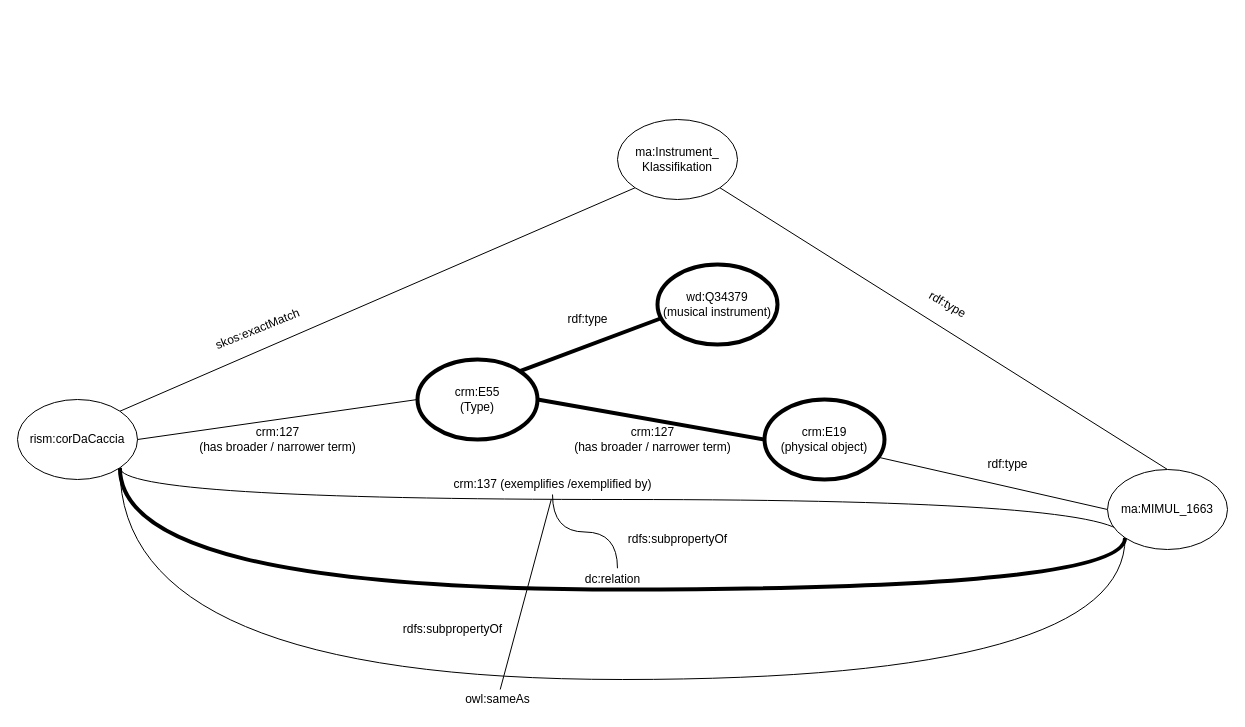
Earlier version of the draw.io diagram 03_Kap3/medien_Kap3/20200602_mappKlass.drawio (SPARQLCRMSUPPE/VocsForInstruments). Source tidied: cells renumbered, new cells numbered last; positions are measured from the earlier drawing's top-left corner, leaving out a move shared by most shapes. Both pictures are drawn from the tidied source at 100%, with x=0, y=0 at pixel (17, 119).
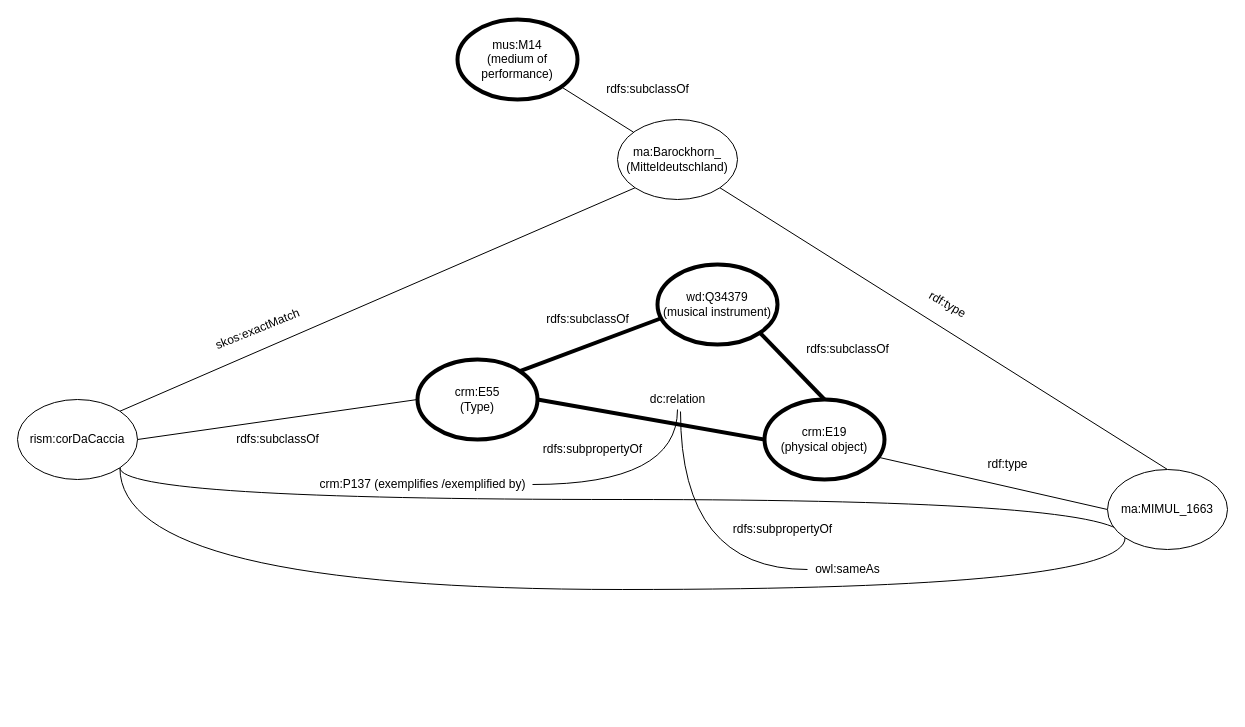
The same diagram, later.

Unchanged cells that the change refers to:
```xml
<mxCell id="6" value="rism:corDaCaccia" style="ellipse;whiteSpace=wrap;html=1;strokeWidth=1;" parent="1" vertex="1">
  <mxGeometry y="280" width="120" height="80" as="geometry" />
</mxCell>
<mxCell id="10" value="crm:E19&lt;br&gt;(physical object)" style="ellipse;whiteSpace=wrap;html=1;strokeWidth=4;" parent="1" vertex="1">
  <mxGeometry x="747" y="280" width="120" height="80" as="geometry" />
</mxCell>
<mxCell id="25" value="ma:MIMUL_1663" style="ellipse;whiteSpace=wrap;html=1;strokeWidth=1;" parent="1" vertex="1">
  <mxGeometry x="1090" y="350" width="120" height="80" as="geometry" />
</mxCell>
<mxCell id="26" value="wd:Q34379&lt;br&gt;(musical instrument)" style="ellipse;whiteSpace=wrap;html=1;strokeWidth=4;" parent="1" vertex="1">
  <mxGeometry x="640" y="145" width="120" height="80" as="geometry" />
</mxCell>
```

The edit, as a diff of the source:
```diff
@@
-    <mxCell id="4" style="edgeStyle=orthogonalEdgeStyle;curved=1;rounded=0;jettySize=auto;html=1;exitX=1;exitY=1;exitDx=0;exitDy=0;entryX=0;entryY=1;entryDx=0;entryDy=0;endArrow=none;endFill=0;strokeWidth=4;" parent="1" edge="1" source="6" target="25">
+    <mxCell id="4" style="edgeStyle=orthogonalEdgeStyle;curved=1;rounded=0;jettySize=auto;html=1;exitX=1;exitY=1;exitDx=0;exitDy=0;entryX=0;entryY=1;entryDx=0;entryDy=0;endArrow=none;endFill=0;strokeWidth=1;" parent="1" edge="1" source="6" target="25">
       <mxGeometry relative="1" as="geometry">
         <Array as="points">
           <mxPoint x="102" y="470" />
           <mxPoint x="1108" y="470" />
         </Array>
       </mxGeometry>
     </mxCell>
-    <mxCell id="5" style="edgeStyle=orthogonalEdgeStyle;curved=1;rounded=0;jettySize=auto;html=1;exitX=1;exitY=1;exitDx=0;exitDy=0;endArrow=none;endFill=0;strokeWidth=1;entryX=0;entryY=1;entryDx=0;entryDy=0;" parent="1" edge="1" source="6" target="25">
-      <mxGeometry relative="1" as="geometry">
-        <Array as="points">
-          <mxPoint x="102" y="560" />
-          <mxPoint x="1108" y="560" />
-        </Array>
-      </mxGeometry>
-    </mxCell>
@@
+    <mxCell id="30" style="edgeStyle=none;rounded=0;jettySize=auto;html=1;endArrow=none;endFill=0;strokeWidth=1;" parent="1" edge="1" source="8" target="31">
+      <mxGeometry relative="1" as="geometry" />
+    </mxCell>
-    <mxCell id="8" value="ma:Instrument_&lt;br&gt;Klassifikation" style="ellipse;whiteSpace=wrap;html=1;strokeWidth=1;" parent="1" vertex="1">
+    <mxCell id="8" value="ma:Barockhorn_&lt;br&gt;(Mitteldeutschland)" style="ellipse;whiteSpace=wrap;html=1;strokeWidth=1;" parent="1" vertex="1">
       <mxGeometry x="600" width="120" height="80" as="geometry" />
     </mxCell>
+    <mxCell id="31" value="mus:M14&lt;br&gt;(medium of performance)" style="ellipse;whiteSpace=wrap;html=1;strokeWidth=4;" parent="1" vertex="1">
+      <mxGeometry x="440" y="-100" width="120" height="80" as="geometry" />
+    </mxCell>
@@
-    <mxCell id="17" style="edgeStyle=orthogonalEdgeStyle;curved=1;rounded=0;jettySize=auto;html=1;endArrow=none;endFill=0;strokeWidth=1;entryX=0.571;entryY=-0.062;entryDx=0;entryDy=0;entryPerimeter=0;" parent="1" edge="1" source="18" target="24">
+    <mxCell id="17" style="edgeStyle=orthogonalEdgeStyle;curved=1;rounded=0;jettySize=auto;html=1;endArrow=none;endFill=0;strokeWidth=1;" parent="1" edge="1" source="18" target="24">
       <mxGeometry relative="1" as="geometry" />
     </mxCell>
-    <mxCell id="18" value="crm:137 (exemplifies /exemplified by)" style="text;html=1;align=center;verticalAlign=middle;points=[];" parent="1" vertex="1">
-      <mxGeometry x="430" y="355" width="210" height="20" as="geometry" />
+    <mxCell id="18" value="crm:P137 (exemplifies /exemplified by)" style="text;html=1;align=center;verticalAlign=middle;points=[];" parent="1" vertex="1">
+      <mxGeometry x="295" y="355" width="220" height="20" as="geometry" />
     </mxCell>
-    <mxCell id="19" style="edgeStyle=none;rounded=0;jettySize=auto;html=1;entryX=0.494;entryY=1.25;entryDx=0;entryDy=0;entryPerimeter=0;endArrow=none;endFill=0;strokeWidth=1;" parent="1" edge="1" source="20" target="18">
+    <mxCell id="19" style="edgeStyle=orthogonalEdgeStyle;rounded=0;jettySize=auto;html=1;entryX=0.543;entryY=1.1;entryDx=0;entryDy=0;entryPerimeter=0;endArrow=none;endFill=0;strokeWidth=1;curved=1;" parent="1" edge="1" source="20" target="24">
       <mxGeometry relative="1" as="geometry" />
     </mxCell>
     <mxCell id="20" value="owl:sameAs" style="text;html=1;align=center;verticalAlign=middle;points=[];" parent="1" vertex="1">
-      <mxGeometry x="440" y="570" width="80" height="20" as="geometry" />
+      <mxGeometry x="790" y="440" width="80" height="20" as="geometry" />
     </mxCell>
-    <mxCell id="21" value="crm:127&lt;br&gt;(has broader / narrower term)" style="text;html=1;align=center;verticalAlign=middle;" parent="1" vertex="1">
-      <mxGeometry x="175" y="305" width="170" height="30" as="geometry" />
+    <mxCell id="21" value="rdfs:subclassOf" style="text;html=1;align=center;verticalAlign=middle;" parent="1" vertex="1">
+      <mxGeometry x="210" y="310" width="100" height="20" as="geometry" />
     </mxCell>
-    <mxCell id="22" value="crm:127&lt;br&gt;(has broader / narrower term)" style="text;html=1;align=center;verticalAlign=middle;" parent="1" vertex="1">
-      <mxGeometry x="550" y="305" width="170" height="30" as="geometry" />
-    </mxCell>
     <mxCell id="23" value="rdfs:subpropertyOf" style="text;html=1;align=center;verticalAlign=middle;" parent="1" vertex="1">
-      <mxGeometry x="605" y="410" width="110" height="20" as="geometry" />
+      <mxGeometry x="710" y="400" width="110" height="20" as="geometry" />
     </mxCell>
     <mxCell id="24" value="dc:relation" style="text;html=1;align=center;verticalAlign=middle;points=[];" parent="1" vertex="1">
-      <mxGeometry x="560" y="450" width="70" height="20" as="geometry" />
+      <mxGeometry x="625" y="270" width="70" height="20" as="geometry" />
     </mxCell>
@@
+    <mxCell id="32" style="rounded=0;jettySize=auto;html=1;exitX=1;exitY=1;exitDx=0;exitDy=0;entryX=0.5;entryY=0;entryDx=0;entryDy=0;endArrow=none;endFill=0;strokeWidth=4;" parent="1" edge="1" source="26" target="10">
+      <mxGeometry relative="1" as="geometry" />
+    </mxCell>
@@
-    <mxCell id="27" value="rdf:type" style="text;html=1;align=center;verticalAlign=middle;" parent="1" vertex="1">
-      <mxGeometry x="540" y="190" width="60" height="20" as="geometry" />
+    <mxCell id="27" value="rdfs:subclassOf" style="text;html=1;align=center;verticalAlign=middle;" parent="1" vertex="1">
+      <mxGeometry x="520" y="190" width="100" height="20" as="geometry" />
     </mxCell>
@@
+    <mxCell id="33" value="rdfs:subclassOf" style="text;html=1;align=center;verticalAlign=middle;" parent="1" vertex="1">
+      <mxGeometry x="580" y="-40" width="100" height="20" as="geometry" />
+    </mxCell>
     <mxCell id="29" value="rdfs:subpropertyOf" style="text;html=1;align=center;verticalAlign=middle;" parent="1" vertex="1">
-      <mxGeometry x="380" y="500" width="110" height="20" as="geometry" />
+      <mxGeometry x="520" y="320" width="110" height="20" as="geometry" />
     </mxCell>
+    <mxCell id="34" value="rdfs:subclassOf" style="text;html=1;align=center;verticalAlign=middle;" parent="1" vertex="1">
+      <mxGeometry x="780" y="220" width="100" height="20" as="geometry" />
+    </mxCell>
```
